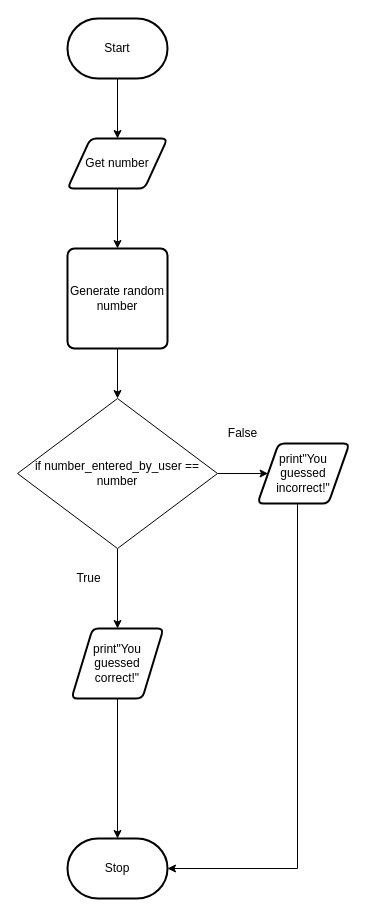
Earlier version of the draw.io diagram flowchart.drawio (michael-clermont1/ICS3U-Unit5-02-Python). Source tidied: cells renumbered, new cells numbered last; positions are measured from the earlier drawing's top-left corner, leaving out a move shared by most shapes. Both pictures are drawn from the tidied source at 100%, with x=0, y=0 at pixel (17, 18).
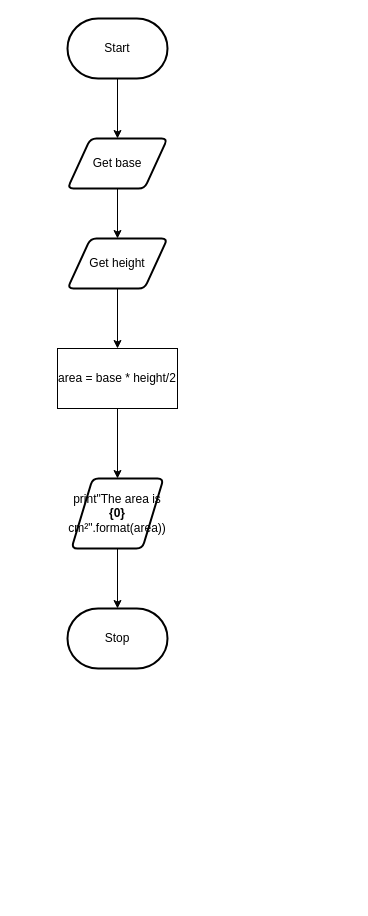
The same page after the edit.

What changed in the source:
```diff
@@
 <mxGraphModel>
   <root>
     <mxCell id="0" />
     <mxCell id="1" parent="0" />
-    <mxCell id="2" style="edgeStyle=orthogonalEdgeStyle;rounded=0;html=1;exitX=0.5;exitY=1;exitDx=0;exitDy=0;entryX=0.5;entryY=0;entryDx=0;entryDy=0;" parent="1" edge="1" source="3" target="17">
-      <mxGeometry relative="1" as="geometry" />
-    </mxCell>
+    <mxCell id="18" style="edgeStyle=none;html=1;entryX=0.5;entryY=0;entryDx=0;entryDy=0;fontFamily=Helvetica;fontSize=12;fontColor=#000000;" parent="1" edge="1" source="3" target="20">
+      <mxGeometry relative="1" as="geometry" />
+    </mxCell>
-    <mxCell id="3" value="Get number" style="shape=parallelogram;html=1;strokeWidth=2;perimeter=parallelogramPerimeter;whiteSpace=wrap;rounded=1;arcSize=12;size=0.23;" parent="1" vertex="1">
+    <mxCell id="3" value="Get base" style="shape=parallelogram;html=1;strokeWidth=2;perimeter=parallelogramPerimeter;whiteSpace=wrap;rounded=1;arcSize=12;size=0.23;" parent="1" vertex="1">
       <mxGeometry x="50" y="120" width="100" height="50" as="geometry" />
     </mxCell>
     <mxCell id="4" style="edgeStyle=orthogonalEdgeStyle;rounded=0;html=1;entryX=0.5;entryY=0;entryDx=0;entryDy=0;" parent="1" edge="1" source="5" target="3">
       <mxGeometry relative="1" as="geometry" />
     </mxCell>
     <mxCell id="5" value="Start" style="strokeWidth=2;html=1;shape=mxgraph.flowchart.terminator;whiteSpace=wrap;" parent="1" vertex="1">
       <mxGeometry x="50" width="100" height="60" as="geometry" />
     </mxCell>
     <mxCell id="6" value="Stop" style="strokeWidth=2;html=1;shape=mxgraph.flowchart.terminator;whiteSpace=wrap;" parent="1" vertex="1">
-      <mxGeometry x="50" y="820" width="100" height="60" as="geometry" />
+      <mxGeometry x="50" y="590" width="100" height="60" as="geometry" />
     </mxCell>
-    <mxCell id="7" style="edgeStyle=orthogonalEdgeStyle;rounded=0;html=1;entryX=0.5;entryY=0;entryDx=0;entryDy=0;entryPerimeter=0;" parent="1" edge="1" source="8" target="6">
+    <mxCell id="7" style="edgeStyle=none;html=1;entryX=0.5;entryY=0;entryDx=0;entryDy=0;entryPerimeter=0;fontFamily=Helvetica;fontSize=12;fontColor=#000000;" parent="1" edge="1" source="8" target="6">
       <mxGeometry relative="1" as="geometry" />
     </mxCell>
-    <mxCell id="8" value="print&quot;You guessed correct!&quot;" style="shape=parallelogram;html=1;strokeWidth=2;perimeter=parallelogramPerimeter;whiteSpace=wrap;rounded=1;arcSize=12;size=0.23;" parent="1" vertex="1">
-      <mxGeometry x="54" y="610" width="92" height="70" as="geometry" />
+    <mxCell id="8" value="&lt;font style=&quot;font-size: 12px&quot;&gt;print&lt;span class=&quot;s2&quot; style=&quot;box-sizing: border-box&quot;&gt;&quot;The area is &lt;/span&gt;&lt;span class=&quot;si&quot; style=&quot;box-sizing: border-box ; font-weight: bold&quot;&gt;{0}&lt;/span&gt;&lt;span class=&quot;s2&quot; style=&quot;box-sizing: border-box&quot;&gt; cm²&quot;&lt;/span&gt;&lt;span class=&quot;o&quot; style=&quot;box-sizing: border-box&quot;&gt;.&lt;/span&gt;&lt;span class=&quot;n&quot; style=&quot;box-sizing: border-box&quot;&gt;format&lt;/span&gt;&lt;span class=&quot;p&quot; style=&quot;box-sizing: border-box&quot;&gt;(&lt;/span&gt;&lt;span class=&quot;n&quot; style=&quot;box-sizing: border-box&quot;&gt;area&lt;/span&gt;&lt;span class=&quot;p&quot; style=&quot;box-sizing: border-box&quot;&gt;))&lt;/span&gt;&lt;/font&gt;" style="shape=parallelogram;html=1;strokeWidth=2;perimeter=parallelogramPerimeter;whiteSpace=wrap;rounded=1;arcSize=12;size=0.23;" parent="1" vertex="1">
+      <mxGeometry x="54" y="460" width="92" height="70" as="geometry" />
     </mxCell>
-    <mxCell id="9" style="edgeStyle=orthogonalEdgeStyle;rounded=0;html=1;entryX=1;entryY=0.5;entryDx=0;entryDy=0;entryPerimeter=0;" parent="1" edge="1" source="10" target="6">
-      <mxGeometry relative="1" as="geometry">
-        <Array as="points">
-          <mxPoint x="280" y="850" />
-        </Array>
-      </mxGeometry>
-    </mxCell>
-    <mxCell id="10" value="print&quot;You guessed incorrect!&quot;" style="shape=parallelogram;html=1;strokeWidth=2;perimeter=parallelogramPerimeter;whiteSpace=wrap;rounded=1;arcSize=12;size=0.23;" parent="1" vertex="1">
-      <mxGeometry x="240" y="425" width="92" height="60" as="geometry" />
-    </mxCell>
-    <mxCell id="11" style="edgeStyle=none;html=1;entryX=0.5;entryY=0;entryDx=0;entryDy=0;" parent="1" edge="1" source="13" target="8">
-      <mxGeometry relative="1" as="geometry" />
-    </mxCell>
-    <mxCell id="12" style="edgeStyle=orthogonalEdgeStyle;html=1;entryX=0;entryY=0.5;entryDx=0;entryDy=0;" parent="1" edge="1" source="13" target="10">
-      <mxGeometry relative="1" as="geometry" />
-    </mxCell>
-    <mxCell id="13" value="&lt;span&gt;if number_entered_by_user == number&lt;/span&gt;" style="rhombus;whiteSpace=wrap;html=1;" parent="1" vertex="1">
-      <mxGeometry y="380" width="200" height="150" as="geometry" />
-    </mxCell>
-    <mxCell id="14" value="False" style="text;html=1;align=center;verticalAlign=middle;fillColor=none;strokeColor=none;rounded=0;" parent="1" vertex="1">
-      <mxGeometry x="200" y="405" width="50" height="20" as="geometry" />
-    </mxCell>
-    <mxCell id="15" value="True" style="text;html=1;align=center;verticalAlign=middle;fillColor=none;strokeColor=none;rounded=0;" parent="1" vertex="1">
-      <mxGeometry x="51" y="550" width="40" height="20" as="geometry" />
-    </mxCell>
-    <mxCell id="16" style="edgeStyle=orthogonalEdgeStyle;rounded=0;html=1;entryX=0.5;entryY=0;entryDx=0;entryDy=0;" parent="1" edge="1" source="17" target="13">
-      <mxGeometry relative="1" as="geometry" />
-    </mxCell>
-    <mxCell id="17" value="Generate random number" style="rounded=1;whiteSpace=wrap;html=1;absoluteArcSize=1;arcSize=14;strokeWidth=2;" parent="1" vertex="1">
-      <mxGeometry x="50" y="230" width="100" height="100" as="geometry" />
-    </mxCell>
+    <mxCell id="19" style="edgeStyle=none;html=1;entryX=0.5;entryY=0;entryDx=0;entryDy=0;fontFamily=Helvetica;fontSize=12;fontColor=#000000;" parent="1" edge="1" source="20" target="22">
+      <mxGeometry relative="1" as="geometry" />
+    </mxCell>
+    <mxCell id="20" value="Get height" style="shape=parallelogram;html=1;strokeWidth=2;perimeter=parallelogramPerimeter;whiteSpace=wrap;rounded=1;arcSize=12;size=0.23;" parent="1" vertex="1">
+      <mxGeometry x="50" y="220" width="100" height="50" as="geometry" />
+    </mxCell>
+    <mxCell id="21" style="edgeStyle=none;html=1;entryX=0.5;entryY=0;entryDx=0;entryDy=0;fontFamily=Helvetica;fontSize=12;fontColor=#000000;" parent="1" edge="1" source="22" target="8">
+      <mxGeometry relative="1" as="geometry" />
+    </mxCell>
+    <mxCell id="22" value="area = base * height/2" style="rounded=0;whiteSpace=wrap;html=1;" parent="1" vertex="1">
+      <mxGeometry x="40" y="330" width="120" height="60" as="geometry" />
+    </mxCell>
   </root>
 </mxGraphModel>
```
